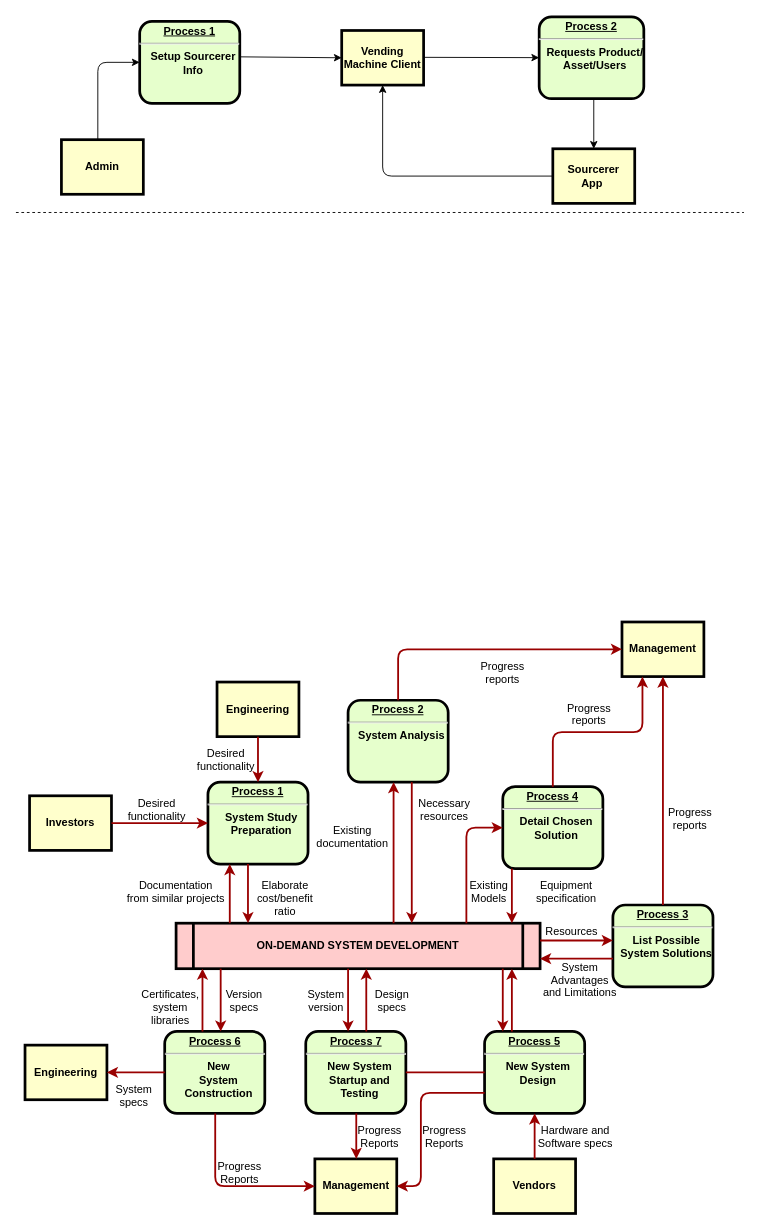
Earlier version of the draw.io diagram Untitled Diagram.drawio (ishrikanth/graphql). Source tidied: cells renumbered, new cells numbered last; positions are measured from the earlier drawing's top-left corner, leaving out a move shared by most shapes. Both pictures are drawn from the tidied source at 91%, with x=0, y=0 at pixel (15, 16).
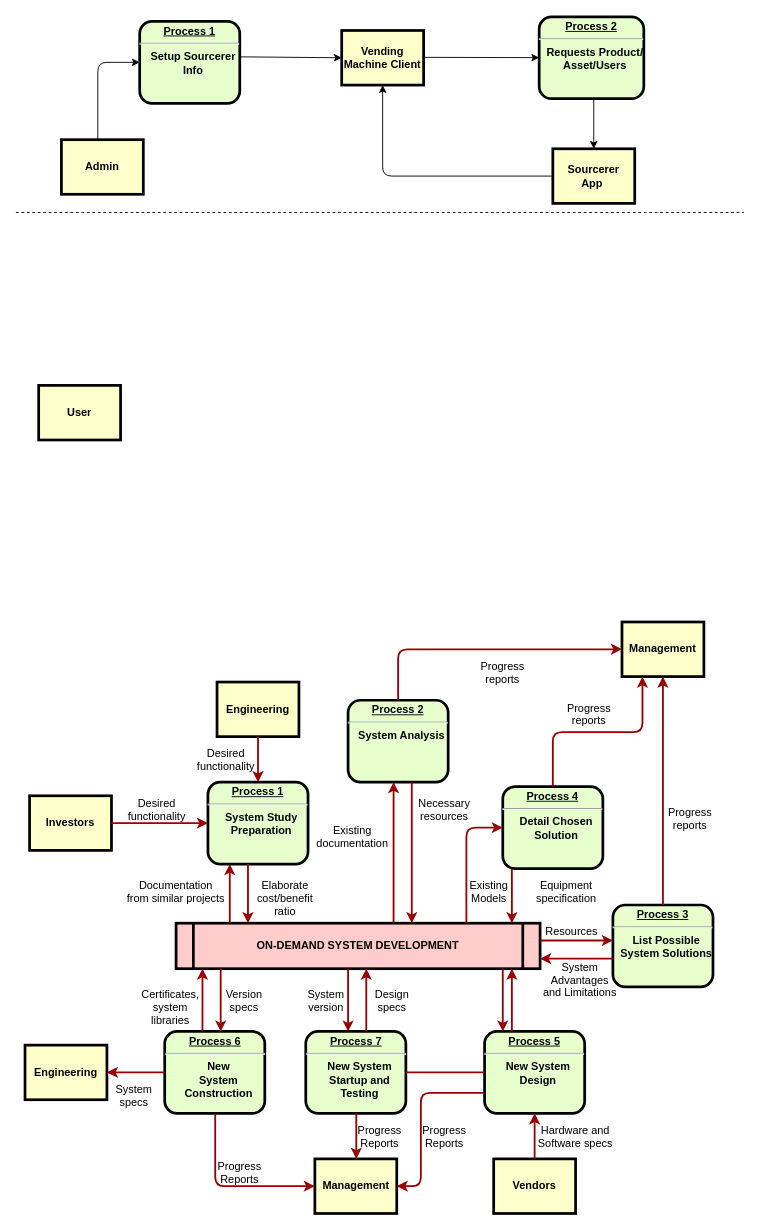
The same page after the edit.

Commit message:
Data Flow Diagram.drawio

Change to the diagram source:
```diff
@@
+    <mxCell id="74" value="User" style="whiteSpace=wrap;align=center;verticalAlign=middle;fontStyle=1;strokeWidth=3;fillColor=#FFFFCC;" parent="1" vertex="1">
+      <mxGeometry x="25" y="405" width="90" height="60" as="geometry" />
+    </mxCell>
```
